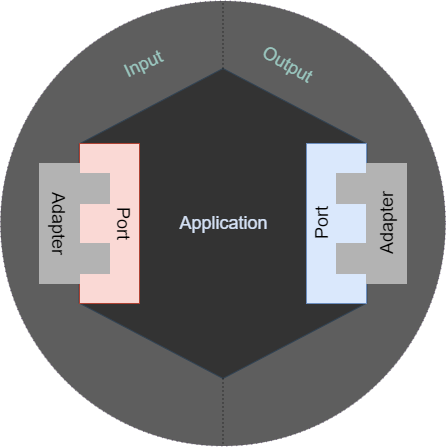
guxdong/imgrepo keeps this draw.io diagram as pic/六边形架构.drawio.png. Above is the earlier version. Source tidied: cells renumbered, new cells last; positions are measured from the earlier drawing's top-left corner, leaving out a move shared by most shapes.
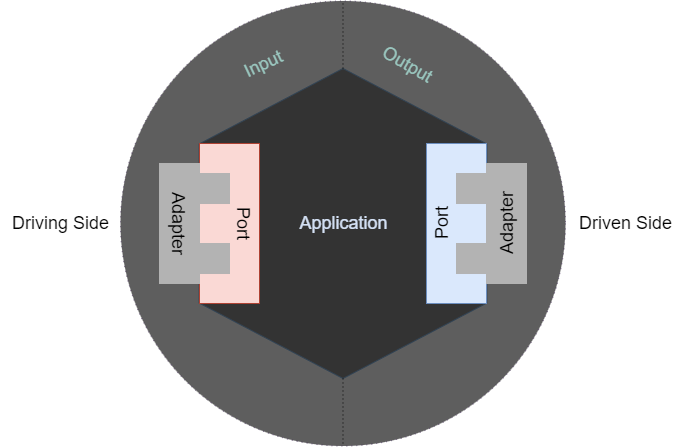
The same file after the commit.

Commit message:
更新六边形架构.drawio.png

The edit, as a diff of the source:
```diff
@@ -68,5 +68,11 @@
     <mxCell id="23" value="Output" style="text;html=1;align=center;verticalAlign=middle;strokeColor=none;fillColor=none;fontColor=#9AC7BF;fontSize=18;rotation=30;" parent="1" vertex="1">
       <mxGeometry x="247" y="44.1" width="80" height="40" as="geometry" />
     </mxCell>
+    <mxCell id="24" value="Driving Side" style="text;html=1;align=center;verticalAlign=middle;strokeColor=none;fillColor=none;fontSize=18;" parent="1" vertex="1">
+      <mxGeometry x="-120" y="203" width="120" height="40" as="geometry" />
+    </mxCell>
+    <mxCell id="25" value="Driven Side" style="text;html=1;align=center;verticalAlign=middle;strokeColor=none;fillColor=none;fontSize=18;" parent="1" vertex="1">
+      <mxGeometry x="445" y="203" width="120" height="40" as="geometry" />
+    </mxCell>
   </root>
 </mxGraphModel>
```
